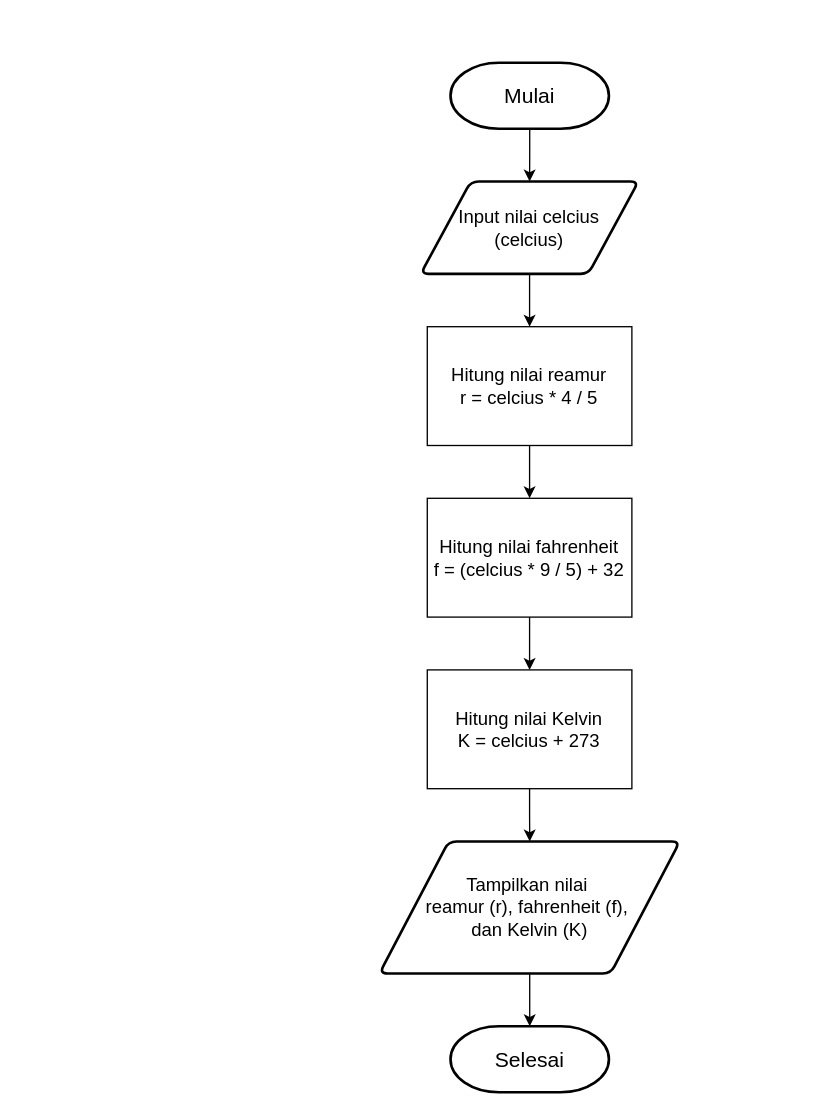
The draw.io diagram tugas-001/konversi_suhu.drawio in HarisHerdiansyah/tugas-alprog, before the edit. Source tidied: cells renumbered, new cells numbered last; positions are measured from the earlier drawing's top-left corner, leaving out a move shared by most shapes. Both pictures are drawn from the tidied source at 132%, with x=0, y=0 at pixel (379, 62).
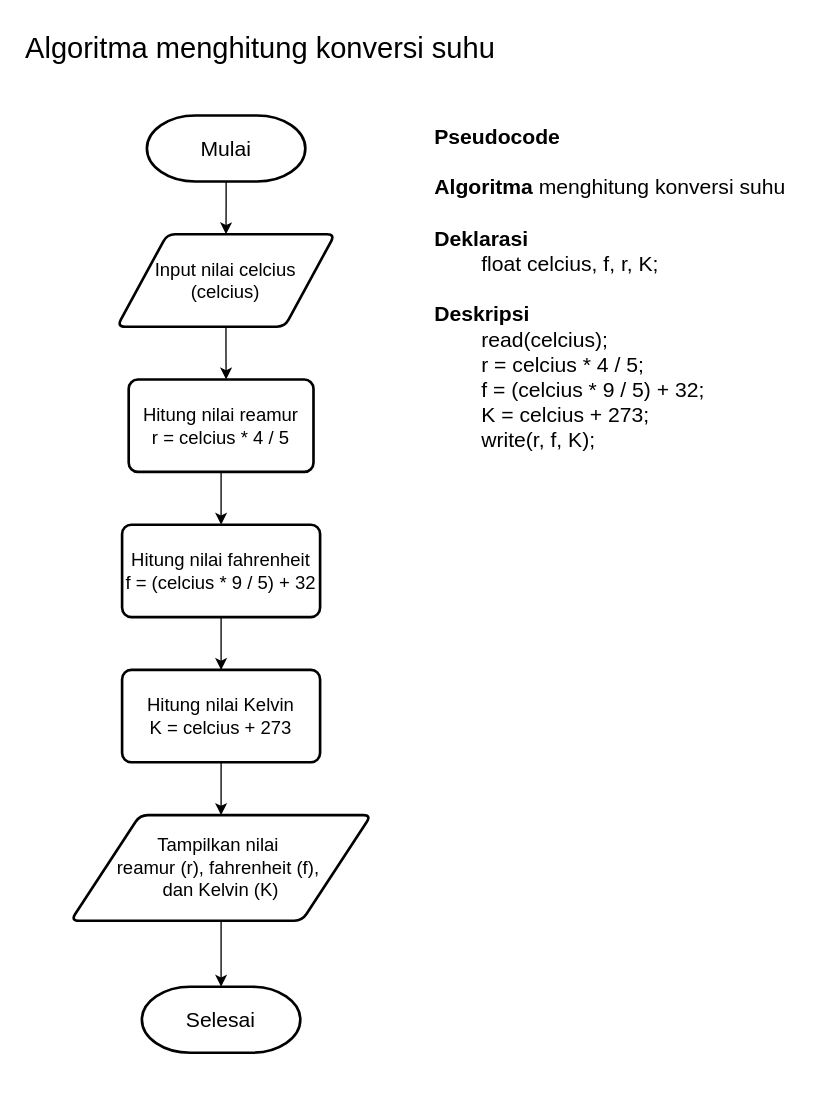
The same page after the edit.

The edit, as a diff of the source:
```diff
@@
 <mxGraphModel>
   <root>
     <mxCell id="0" />
     <mxCell id="1" parent="0" />
     <mxCell id="2" style="edgeStyle=orthogonalEdgeStyle;rounded=0;jettySize=auto;html=1;" parent="1" edge="1" source="3" target="5">
       <mxGeometry relative="1" as="geometry" />
     </mxCell>
     <mxCell id="3" value="&lt;font style=&quot;font-size: 16px;&quot;&gt;Mulai&lt;/font&gt;" style="strokeWidth=2;html=1;shape=mxgraph.flowchart.terminator;whiteSpace=wrap;" parent="1" vertex="1">
-      <mxGeometry x="53.8" width="120" height="50" as="geometry" />
+      <mxGeometry x="-176.2" y="40" width="120" height="50" as="geometry" />
     </mxCell>
-    <mxCell id="4" style="edgeStyle=orthogonalEdgeStyle;rounded=0;jettySize=auto;html=1;" parent="1" edge="1" source="5" target="7">
-      <mxGeometry relative="1" as="geometry" />
+    <mxCell id="4" style="edgeStyle=orthogonalEdgeStyle;rounded=0;jettySize=auto;html=1;" parent="1" edge="1" source="5">
+      <mxGeometry relative="1" as="geometry">
+        <mxPoint x="-116.2" y="240" as="targetPoint" />
+      </mxGeometry>
     </mxCell>
     <mxCell id="5" value="&lt;font style=&quot;font-size: 14px;&quot;&gt;Input nilai celcius&lt;/font&gt;&lt;div style=&quot;font-size: 14px;&quot;&gt;&lt;font style=&quot;font-size: 14px;&quot;&gt;(celcius)&lt;/font&gt;&lt;/div&gt;" style="shape=parallelogram;html=1;strokeWidth=2;perimeter=parallelogramPerimeter;whiteSpace=wrap;rounded=1;arcSize=12;size=0.23;" parent="1" vertex="1">
-      <mxGeometry x="31.2" y="90" width="165" height="70" as="geometry" />
+      <mxGeometry x="-198.8" y="130" width="165" height="70" as="geometry" />
     </mxCell>
+    <mxCell id="12" style="edgeStyle=orthogonalEdgeStyle;rounded=0;jettySize=auto;html=1;" parent="1" edge="1" source="13" target="14">
+      <mxGeometry relative="1" as="geometry" />
+    </mxCell>
+    <mxCell id="13" value="&lt;span style=&quot;font-size: 14px;&quot;&gt;Tampilkan nilai&amp;nbsp;&lt;/span&gt;&lt;div&gt;&lt;span style=&quot;font-size: 14px;&quot;&gt;reamur (r), fahrenheit (f),&amp;nbsp;&lt;/span&gt;&lt;/div&gt;&lt;div&gt;&lt;span style=&quot;font-size: 14px; background-color: initial;&quot;&gt;dan Kelvin (K)&lt;/span&gt;&lt;/div&gt;" style="shape=parallelogram;html=1;strokeWidth=2;perimeter=parallelogramPerimeter;whiteSpace=wrap;rounded=1;arcSize=12;size=0.23;" parent="1" vertex="1">
+      <mxGeometry x="-233.8" y="570" width="227.5" height="80" as="geometry" />
+    </mxCell>
+    <mxCell id="14" value="&lt;font style=&quot;font-size: 16px;&quot;&gt;Selesai&lt;/font&gt;" style="strokeWidth=2;html=1;shape=mxgraph.flowchart.terminator;whiteSpace=wrap;" parent="1" vertex="1">
+      <mxGeometry x="-180" y="700" width="120" height="50" as="geometry" />
+    </mxCell>
+    <mxCell id="15" value="&lt;font style=&quot;font-size: 22px;&quot;&gt;Algoritma menghitung konversi suhu&lt;/font&gt;" style="text;html=1;align=left;verticalAlign=middle;strokeColor=none;fillColor=none;" parent="1" vertex="1">
+      <mxGeometry x="-270" y="-30" width="380" height="40" as="geometry" />
+    </mxCell>
     <mxCell id="6" style="edgeStyle=orthogonalEdgeStyle;rounded=0;jettySize=auto;html=1;" parent="1" edge="1" source="7" target="9">
       <mxGeometry relative="1" as="geometry" />
     </mxCell>
-    <mxCell id="7" value="&lt;font style=&quot;font-size: 14px;&quot;&gt;Hitung nilai reamur&lt;/font&gt;&lt;div style=&quot;font-size: 14px;&quot;&gt;&lt;font style=&quot;font-size: 14px;&quot;&gt;r = celcius * 4 / 5&lt;/font&gt;&lt;/div&gt;" style="rounded=0;whiteSpace=wrap;html=1;" parent="1" vertex="1">
-      <mxGeometry x="36.2" y="200" width="155" height="90" as="geometry" />
+    <mxCell id="7" value="&lt;div style=&quot;font-size: 14px;&quot;&gt;&lt;font style=&quot;font-size: 14px;&quot;&gt;Hitung nilai reamur&lt;/font&gt;&lt;/div&gt;&lt;div style=&quot;font-size: 14px;&quot;&gt;&lt;font style=&quot;font-size: 14px;&quot;&gt;r = celcius * 4 / 5&lt;/font&gt;&lt;/div&gt;" style="rounded=1;whiteSpace=wrap;html=1;absoluteArcSize=1;arcSize=14;strokeWidth=2;" parent="1" vertex="1">
+      <mxGeometry x="-190" y="240" width="140" height="70" as="geometry" />
     </mxCell>
     <mxCell id="8" style="edgeStyle=orthogonalEdgeStyle;rounded=0;jettySize=auto;html=1;" parent="1" edge="1" source="9" target="11">
       <mxGeometry relative="1" as="geometry" />
     </mxCell>
-    <mxCell id="9" value="&lt;font style=&quot;font-size: 14px;&quot;&gt;Hitung nilai fahrenheit&lt;/font&gt;&lt;div style=&quot;font-size: 14px;&quot;&gt;&lt;font style=&quot;font-size: 14px;&quot;&gt;f = (celcius * 9 / 5) + 32&lt;/font&gt;&lt;/div&gt;" style="rounded=0;whiteSpace=wrap;html=1;" parent="1" vertex="1">
-      <mxGeometry x="36.2" y="330" width="155" height="90" as="geometry" />
+    <mxCell id="9" value="&lt;div style=&quot;font-size: 14px;&quot;&gt;&lt;div&gt;Hitung nilai fahrenheit&lt;/div&gt;&lt;div&gt;f = (celcius * 9 / 5) + 32&lt;/div&gt;&lt;/div&gt;" style="rounded=1;whiteSpace=wrap;html=1;absoluteArcSize=1;arcSize=14;strokeWidth=2;" parent="1" vertex="1">
+      <mxGeometry x="-195" y="350" width="150" height="70" as="geometry" />
     </mxCell>
     <mxCell id="10" style="edgeStyle=orthogonalEdgeStyle;rounded=0;jettySize=auto;html=1;" parent="1" edge="1" source="11" target="13">
       <mxGeometry relative="1" as="geometry" />
     </mxCell>
-    <mxCell id="11" value="&lt;font style=&quot;font-size: 14px;&quot;&gt;Hitung nilai Kelvin&lt;/font&gt;&lt;div style=&quot;font-size: 14px;&quot;&gt;&lt;font style=&quot;font-size: 14px;&quot;&gt;K = celcius + 273&lt;/font&gt;&lt;/div&gt;" style="rounded=0;whiteSpace=wrap;html=1;" parent="1" vertex="1">
-      <mxGeometry x="36.2" y="460" width="155" height="90" as="geometry" />
+    <mxCell id="11" value="&lt;div style=&quot;&quot;&gt;&lt;div style=&quot;&quot;&gt;&lt;span style=&quot;font-size: 14px;&quot;&gt;Hitung nilai Kelvin&lt;/span&gt;&lt;/div&gt;&lt;div style=&quot;&quot;&gt;&lt;span style=&quot;font-size: 14px;&quot;&gt;K = celcius + 273&lt;/span&gt;&lt;/div&gt;&lt;/div&gt;" style="rounded=1;whiteSpace=wrap;html=1;absoluteArcSize=1;arcSize=14;strokeWidth=2;" parent="1" vertex="1">
+      <mxGeometry x="-195" y="460" width="150" height="70" as="geometry" />
     </mxCell>
-    <mxCell id="12" style="edgeStyle=orthogonalEdgeStyle;rounded=0;jettySize=auto;html=1;" parent="1" edge="1" source="13" target="14">
-      <mxGeometry relative="1" as="geometry" />
-    </mxCell>
-    <mxCell id="13" value="&lt;span style=&quot;font-size: 14px;&quot;&gt;Tampilkan nilai&amp;nbsp;&lt;/span&gt;&lt;div&gt;&lt;span style=&quot;font-size: 14px;&quot;&gt;reamur (r), fahrenheit (f),&amp;nbsp;&lt;/span&gt;&lt;/div&gt;&lt;div&gt;&lt;span style=&quot;font-size: 14px; background-color: initial;&quot;&gt;dan Kelvin (K)&lt;/span&gt;&lt;/div&gt;" style="shape=parallelogram;html=1;strokeWidth=2;perimeter=parallelogramPerimeter;whiteSpace=wrap;rounded=1;arcSize=12;size=0.23;" parent="1" vertex="1">
-      <mxGeometry y="590" width="227.5" height="100" as="geometry" />
-    </mxCell>
-    <mxCell id="14" value="&lt;font style=&quot;font-size: 16px;&quot;&gt;Selesai&lt;/font&gt;" style="strokeWidth=2;html=1;shape=mxgraph.flowchart.terminator;whiteSpace=wrap;" parent="1" vertex="1">
-      <mxGeometry x="53.8" y="730" width="120" height="50" as="geometry" />
-    </mxCell>
+    <mxCell id="16" value="&lt;font style=&quot;font-size: 16px;&quot;&gt;&lt;b&gt;Pseudocode&lt;/b&gt;&lt;/font&gt;&lt;div&gt;&lt;font style=&quot;font-size: 16px;&quot;&gt;&lt;br&gt;&lt;/font&gt;&lt;/div&gt;&lt;div&gt;&lt;font style=&quot;font-size: 16px;&quot;&gt;&lt;b&gt;Algoritma&lt;/b&gt; menghitung konversi suhu&lt;/font&gt;&lt;/div&gt;&lt;div&gt;&lt;font style=&quot;font-size: 16px;&quot;&gt;&lt;br&gt;&lt;/font&gt;&lt;/div&gt;&lt;div&gt;&lt;font style=&quot;font-size: 16px;&quot;&gt;&lt;b&gt;Deklarasi&lt;/b&gt;&lt;/font&gt;&lt;/div&gt;&lt;div&gt;&lt;font style=&quot;font-size: 16px;&quot;&gt;&lt;span style=&quot;white-space: pre;&quot;&gt;&#9;&lt;/span&gt;float celcius, f, r, K;&lt;br&gt;&lt;/font&gt;&lt;/div&gt;&lt;div&gt;&lt;font style=&quot;font-size: 16px;&quot;&gt;&lt;br&gt;&lt;/font&gt;&lt;/div&gt;&lt;div&gt;&lt;font style=&quot;font-size: 16px;&quot;&gt;&lt;b&gt;Deskripsi&lt;/b&gt;&lt;/font&gt;&lt;/div&gt;&lt;div&gt;&lt;font style=&quot;font-size: 16px;&quot;&gt;&lt;span style=&quot;white-space: pre;&quot;&gt;&#9;&lt;/span&gt;read(celcius);&lt;br&gt;&lt;/font&gt;&lt;/div&gt;&lt;div&gt;&lt;font style=&quot;font-size: 16px;&quot;&gt;&lt;span style=&quot;white-space: pre;&quot;&gt;&#9;&lt;/span&gt;r = celcius * 4 / 5;&lt;br&gt;&lt;/font&gt;&lt;/div&gt;&lt;div&gt;&lt;font style=&quot;font-size: 16px;&quot;&gt;&lt;span style=&quot;white-space: pre;&quot;&gt;&#9;&lt;/span&gt;f = (celcius * 9 / 5) + 32;&lt;br&gt;&lt;/font&gt;&lt;/div&gt;&lt;div&gt;&lt;font style=&quot;font-size: 16px;&quot;&gt;&lt;span style=&quot;white-space: pre;&quot;&gt;&#9;&lt;/span&gt;K = celcius + 273;&lt;br&gt;&lt;/font&gt;&lt;/div&gt;&lt;div&gt;&lt;font style=&quot;font-size: 16px;&quot;&gt;&lt;span style=&quot;white-space: pre;&quot;&gt;&#9;&lt;/span&gt;write(r, f, K);&lt;/font&gt;&lt;/div&gt;" style="text;html=1;align=left;verticalAlign=top;strokeColor=none;fillColor=none;" parent="1" vertex="1">
+      <mxGeometry x="40" y="40" width="290" height="260" as="geometry" />
+    </mxCell>
   </root>
 </mxGraphModel>
```
